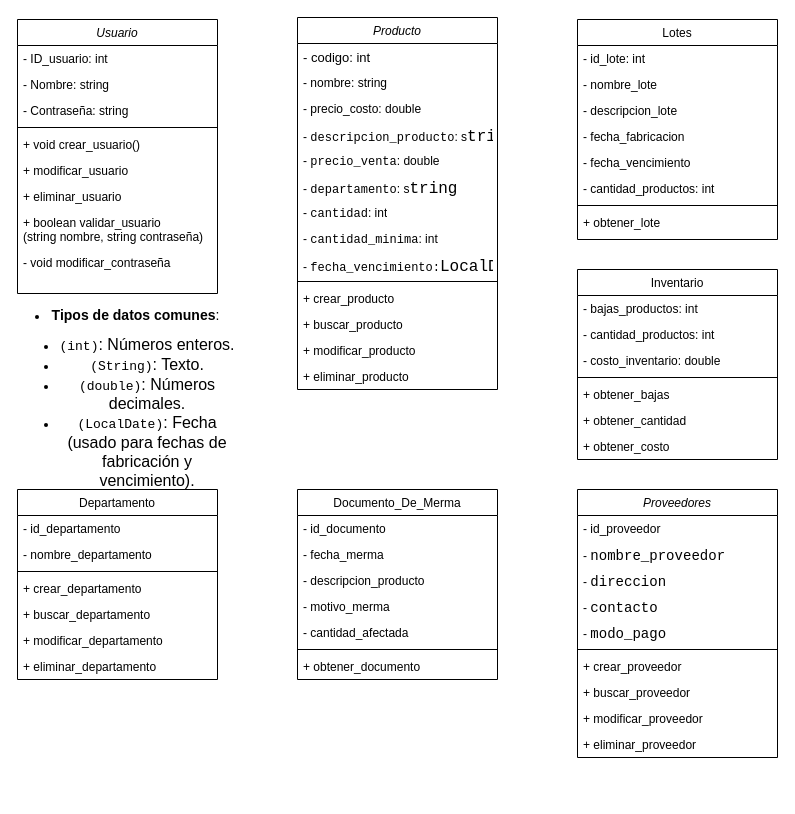
The draw.io diagram Diagrama de clases (Taller mecanico).drawio in JotaMont/evaluacion-validaciones-Front-End, before the edit. Source tidied: cells renumbered, new cells numbered last; positions are measured from the earlier drawing's top-left corner, leaving out a move shared by most shapes. Both pictures are drawn from the tidied source at 100%, with x=0, y=0 at pixel (17, 17).
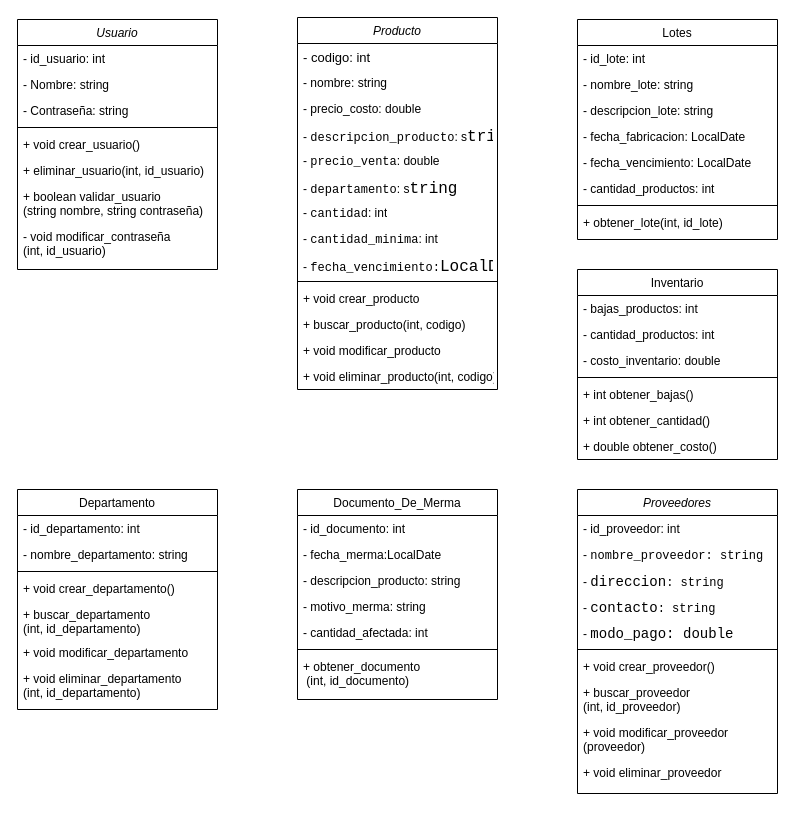
The same page after the edit.

The change refers to these unchanged cells:
```xml
<mxCell id="20" value="Inventario" style="swimlane;fontStyle=0;align=center;verticalAlign=top;horizontal=1;startSize=26;rounded=0;shadow=0;strokeWidth=1;" parent="1" vertex="1">
  <mxGeometry x="560" y="252" width="200" height="190" as="geometry" />
</mxCell>
<mxCell id="39" value="Producto" style="swimlane;fontStyle=2;align=center;verticalAlign=top;horizontal=1;startSize=26;rounded=0;shadow=0;strokeWidth=1;" parent="1" vertex="1">
  <mxGeometry x="280" width="200" height="372" as="geometry" />
</mxCell>
<mxCell id="54" value="Lotes" style="swimlane;fontStyle=0;align=center;verticalAlign=top;horizontal=1;startSize=26;rounded=0;shadow=0;strokeWidth=1;" parent="1" vertex="1">
  <mxGeometry x="560" y="2" width="200" height="220" as="geometry" />
</mxCell>
```

Change to the diagram source:
```diff
@@
     <mxCell id="2" value="Usuario" style="swimlane;fontStyle=2;align=center;verticalAlign=top;horizontal=1;startSize=26;rounded=0;shadow=0;strokeWidth=1;" parent="1" vertex="1">
-      <mxGeometry y="2" width="200" height="274" as="geometry" />
+      <mxGeometry y="2" width="200" height="250" as="geometry" />
     </mxCell>
-    <mxCell id="3" value="- ID_usuario: int" style="text;align=left;verticalAlign=top;spacingLeft=4;spacingRight=4;overflow=hidden;" parent="2" vertex="1">
+    <mxCell id="3" value="- id_usuario: int" style="text;align=left;verticalAlign=top;spacingLeft=4;spacingRight=4;overflow=hidden;" parent="2" vertex="1">
       <mxGeometry y="26" width="200" height="26" as="geometry" />
     </mxCell>
@@
-    <mxCell id="8" value="+ modificar_usuario" style="text;align=left;verticalAlign=top;spacingLeft=4;spacingRight=4;overflow=hidden;" parent="2" vertex="1">
-      <mxGeometry y="138" width="200" height="26" as="geometry" />
-    </mxCell>
-    <mxCell id="9" value="+ eliminar_usuario" style="text;align=left;verticalAlign=top;spacingLeft=4;spacingRight=4;overflow=hidden;" parent="2" vertex="1">
-      <mxGeometry y="164" width="200" height="26" as="geometry" />
+    <mxCell id="9" value="+ eliminar_usuario(int, id_usuario)" style="text;align=left;verticalAlign=top;spacingLeft=4;spacingRight=4;overflow=hidden;" parent="2" vertex="1">
+      <mxGeometry y="138" width="200" height="26" as="geometry" />
     </mxCell>
     <mxCell id="10" value="+ boolean validar_usuario &#10;(string nombre, string contraseña)" style="text;align=left;verticalAlign=top;spacingLeft=4;spacingRight=4;overflow=hidden;" parent="2" vertex="1">
-      <mxGeometry y="190" width="200" height="40" as="geometry" />
+      <mxGeometry y="164" width="200" height="40" as="geometry" />
     </mxCell>
-    <mxCell id="11" value="- void modificar_contraseña" style="text;align=left;verticalAlign=top;spacingLeft=4;spacingRight=4;overflow=hidden;" parent="2" vertex="1">
-      <mxGeometry y="230" width="200" height="30" as="geometry" />
+    <mxCell id="11" value="- void modificar_contraseña&#10;(int, id_usuario)" style="text;align=left;verticalAlign=top;spacingLeft=4;spacingRight=4;overflow=hidden;" parent="2" vertex="1">
+      <mxGeometry y="204" width="200" height="30" as="geometry" />
     </mxCell>
     <mxCell id="12" value="Documento_De_Merma" style="swimlane;fontStyle=0;align=center;verticalAlign=top;horizontal=1;startSize=26;rounded=0;shadow=0;strokeWidth=1;" parent="1" vertex="1">
-      <mxGeometry x="280" y="472" width="200" height="190" as="geometry" />
+      <mxGeometry x="280" y="472" width="200" height="210" as="geometry" />
     </mxCell>
-    <mxCell id="13" value="- id_documento" style="text;align=left;verticalAlign=top;spacingLeft=4;spacingRight=4;overflow=hidden;" parent="12" vertex="1">
+    <mxCell id="13" value="- id_documento: int" style="text;align=left;verticalAlign=top;spacingLeft=4;spacingRight=4;overflow=hidden;" parent="12" vertex="1">
       <mxGeometry y="26" width="200" height="26" as="geometry" />
     </mxCell>
-    <mxCell id="14" value="- fecha_merma" style="text;align=left;verticalAlign=top;spacingLeft=4;spacingRight=4;overflow=hidden;" parent="12" vertex="1">
+    <mxCell id="14" value="- fecha_merma:LocalDate" style="text;align=left;verticalAlign=top;spacingLeft=4;spacingRight=4;overflow=hidden;" parent="12" vertex="1">
       <mxGeometry y="52" width="200" height="26" as="geometry" />
     </mxCell>
-    <mxCell id="15" value="- descripcion_producto" style="text;align=left;verticalAlign=top;spacingLeft=4;spacingRight=4;overflow=hidden;" parent="12" vertex="1">
+    <mxCell id="15" value="- descripcion_producto: string" style="text;align=left;verticalAlign=top;spacingLeft=4;spacingRight=4;overflow=hidden;" parent="12" vertex="1">
       <mxGeometry y="78" width="200" height="26" as="geometry" />
     </mxCell>
-    <mxCell id="16" value="- motivo_merma" style="text;align=left;verticalAlign=top;spacingLeft=4;spacingRight=4;overflow=hidden;" parent="12" vertex="1">
+    <mxCell id="16" value="- motivo_merma: string" style="text;align=left;verticalAlign=top;spacingLeft=4;spacingRight=4;overflow=hidden;" parent="12" vertex="1">
       <mxGeometry y="104" width="200" height="26" as="geometry" />
     </mxCell>
-    <mxCell id="17" value="- cantidad_afectada" style="text;align=left;verticalAlign=top;spacingLeft=4;spacingRight=4;overflow=hidden;" parent="12" vertex="1">
+    <mxCell id="17" value="- cantidad_afectada: int" style="text;align=left;verticalAlign=top;spacingLeft=4;spacingRight=4;overflow=hidden;" parent="12" vertex="1">
       <mxGeometry y="130" width="200" height="26" as="geometry" />
     </mxCell>
@@
-    <mxCell id="19" value="+ obtener_documento" style="text;align=left;verticalAlign=top;spacingLeft=4;spacingRight=4;overflow=hidden;fontStyle=0;" parent="12" vertex="1">
-      <mxGeometry y="164" width="200" height="26" as="geometry" />
+    <mxCell id="19" value="+ obtener_documento &#10; (int, id_documento)" style="text;align=left;verticalAlign=top;spacingLeft=4;spacingRight=4;overflow=hidden;fontStyle=0;" parent="12" vertex="1">
+      <mxGeometry y="164" width="200" height="46" as="geometry" />
     </mxCell>
@@
-    <mxCell id="25" value="+ obtener_bajas" style="text;align=left;verticalAlign=top;spacingLeft=4;spacingRight=4;overflow=hidden;fontStyle=0;" parent="20" vertex="1">
+    <mxCell id="25" value="+ int obtener_bajas()" style="text;align=left;verticalAlign=top;spacingLeft=4;spacingRight=4;overflow=hidden;fontStyle=0;" parent="20" vertex="1">
       <mxGeometry y="112" width="200" height="26" as="geometry" />
     </mxCell>
-    <mxCell id="26" value="+ obtener_cantidad" style="text;align=left;verticalAlign=top;spacingLeft=4;spacingRight=4;overflow=hidden;" parent="20" vertex="1">
+    <mxCell id="26" value="+ int obtener_cantidad()" style="text;align=left;verticalAlign=top;spacingLeft=4;spacingRight=4;overflow=hidden;" parent="20" vertex="1">
       <mxGeometry y="138" width="200" height="26" as="geometry" />
     </mxCell>
-    <mxCell id="27" value="+ obtener_costo" style="text;align=left;verticalAlign=top;spacingLeft=4;spacingRight=4;overflow=hidden;" parent="20" vertex="1">
+    <mxCell id="27" value="+ double obtener_costo()" style="text;align=left;verticalAlign=top;spacingLeft=4;spacingRight=4;overflow=hidden;" parent="20" vertex="1">
       <mxGeometry y="164" width="200" height="26" as="geometry" />
     </mxCell>
     <mxCell id="28" value="Proveedores" style="swimlane;fontStyle=2;align=center;verticalAlign=top;horizontal=1;startSize=26;rounded=0;shadow=0;strokeWidth=1;" parent="1" vertex="1">
-      <mxGeometry x="560" y="472" width="200" height="268" as="geometry" />
+      <mxGeometry x="560" y="472" width="200" height="304" as="geometry" />
     </mxCell>
-    <mxCell id="29" value="- id_proveedor" style="text;align=left;verticalAlign=top;spacingLeft=4;spacingRight=4;overflow=hidden;" parent="28" vertex="1">
+    <mxCell id="29" value="- id_proveedor: int" style="text;align=left;verticalAlign=top;spacingLeft=4;spacingRight=4;overflow=hidden;" parent="28" vertex="1">
       <mxGeometry y="26" width="200" height="26" as="geometry" />
     </mxCell>
-    <mxCell id="30" value="&lt;span style=&quot;text-wrap-mode: nowrap;&quot;&gt;-&amp;nbsp;&lt;/span&gt;&lt;span style=&quot;font-family: monospace; font-size: 14.04px; text-align: center;&quot;&gt;nombre_proveedor&lt;/span&gt;" style="text;strokeColor=none;fillColor=none;align=left;verticalAlign=top;spacingLeft=4;spacingRight=4;overflow=hidden;whiteSpace=wrap;html=1;" parent="28" vertex="1">
+    <mxCell id="30" value="&lt;font style=&quot;font-size: 12px;&quot;&gt;&lt;span style=&quot;text-wrap-mode: nowrap;&quot;&gt;-&amp;nbsp;&lt;/span&gt;&lt;span style=&quot;font-family: monospace; text-align: center;&quot;&gt;nombre_proveedor: string&lt;/span&gt;&lt;/font&gt;" style="text;strokeColor=none;fillColor=none;align=left;verticalAlign=top;spacingLeft=4;spacingRight=4;overflow=hidden;whiteSpace=wrap;html=1;" parent="28" vertex="1">
       <mxGeometry y="52" width="200" height="26" as="geometry" />
     </mxCell>
-    <mxCell id="31" value="&lt;span style=&quot;text-wrap-mode: nowrap;&quot;&gt;-&amp;nbsp;&lt;/span&gt;&lt;span style=&quot;font-family: monospace; font-size: 14.04px; text-align: center;&quot;&gt;direccion&lt;/span&gt;" style="text;strokeColor=none;fillColor=none;align=left;verticalAlign=top;spacingLeft=4;spacingRight=4;overflow=hidden;whiteSpace=wrap;html=1;" parent="28" vertex="1">
+    <mxCell id="31" value="&lt;span style=&quot;text-wrap-mode: nowrap;&quot;&gt;-&amp;nbsp;&lt;/span&gt;&lt;span style=&quot;font-family: monospace; font-size: 14.04px; text-align: center;&quot;&gt;direccion&lt;/span&gt;&lt;span style=&quot;font-family: monospace; text-align: center;&quot;&gt;: string&lt;/span&gt;" style="text;strokeColor=none;fillColor=none;align=left;verticalAlign=top;spacingLeft=4;spacingRight=4;overflow=hidden;whiteSpace=wrap;html=1;" parent="28" vertex="1">
       <mxGeometry y="78" width="200" height="26" as="geometry" />
     </mxCell>
-    <mxCell id="32" value="&lt;span style=&quot;text-wrap-mode: nowrap;&quot;&gt;-&amp;nbsp;&lt;/span&gt;&lt;span style=&quot;font-family: monospace; font-size: 14.04px; text-align: center;&quot;&gt;contacto&lt;/span&gt;" style="text;strokeColor=none;fillColor=none;align=left;verticalAlign=top;spacingLeft=4;spacingRight=4;overflow=hidden;whiteSpace=wrap;html=1;" parent="28" vertex="1">
+    <mxCell id="32" value="&lt;span style=&quot;text-wrap-mode: nowrap;&quot;&gt;-&amp;nbsp;&lt;/span&gt;&lt;span style=&quot;font-family: monospace; font-size: 14.04px; text-align: center;&quot;&gt;contacto&lt;/span&gt;&lt;span style=&quot;font-family: monospace; text-align: center;&quot;&gt;: string&lt;/span&gt;" style="text;strokeColor=none;fillColor=none;align=left;verticalAlign=top;spacingLeft=4;spacingRight=4;overflow=hidden;whiteSpace=wrap;html=1;" parent="28" vertex="1">
       <mxGeometry y="104" width="200" height="26" as="geometry" />
     </mxCell>
-    <mxCell id="33" value="&lt;span style=&quot;text-wrap-mode: nowrap;&quot;&gt;-&amp;nbsp;&lt;/span&gt;&lt;span style=&quot;font-family: monospace; font-size: 14.04px; text-align: center;&quot;&gt;modo_pago&lt;/span&gt;" style="text;strokeColor=none;fillColor=none;align=left;verticalAlign=top;spacingLeft=4;spacingRight=4;overflow=hidden;whiteSpace=wrap;html=1;" parent="28" vertex="1">
+    <mxCell id="33" value="&lt;span style=&quot;text-wrap-mode: nowrap;&quot;&gt;-&amp;nbsp;&lt;/span&gt;&lt;span style=&quot;font-family: monospace; font-size: 14.04px; text-align: center;&quot;&gt;modo_pago: double&lt;/span&gt;" style="text;strokeColor=none;fillColor=none;align=left;verticalAlign=top;spacingLeft=4;spacingRight=4;overflow=hidden;whiteSpace=wrap;html=1;" parent="28" vertex="1">
       <mxGeometry y="130" width="200" height="26" as="geometry" />
     </mxCell>
@@
-    <mxCell id="35" value="+ crear_proveedor" style="text;align=left;verticalAlign=top;spacingLeft=4;spacingRight=4;overflow=hidden;" parent="28" vertex="1">
+    <mxCell id="35" value="+ void crear_proveedor()" style="text;align=left;verticalAlign=top;spacingLeft=4;spacingRight=4;overflow=hidden;" parent="28" vertex="1">
       <mxGeometry y="164" width="200" height="26" as="geometry" />
     </mxCell>
-    <mxCell id="36" value="+ buscar_proveedor" style="text;align=left;verticalAlign=top;spacingLeft=4;spacingRight=4;overflow=hidden;" parent="28" vertex="1">
-      <mxGeometry y="190" width="200" height="26" as="geometry" />
+    <mxCell id="36" value="+ buscar_proveedor&#10;(int, id_proveedor)" style="text;align=left;verticalAlign=top;spacingLeft=4;spacingRight=4;overflow=hidden;" parent="28" vertex="1">
+      <mxGeometry y="190" width="200" height="40" as="geometry" />
     </mxCell>
-    <mxCell id="37" value="+ modificar_proveedor" style="text;align=left;verticalAlign=top;spacingLeft=4;spacingRight=4;overflow=hidden;" parent="28" vertex="1">
-      <mxGeometry y="216" width="200" height="26" as="geometry" />
+    <mxCell id="37" value="+ void modificar_proveedor&#10;(proveedor)" style="text;align=left;verticalAlign=top;spacingLeft=4;spacingRight=4;overflow=hidden;" parent="28" vertex="1">
+      <mxGeometry y="230" width="200" height="40" as="geometry" />
     </mxCell>
-    <mxCell id="38" value="+ eliminar_proveedor" style="text;align=left;verticalAlign=top;spacingLeft=4;spacingRight=4;overflow=hidden;" parent="28" vertex="1">
-      <mxGeometry y="242" width="200" height="26" as="geometry" />
+    <mxCell id="38" value="+ void eliminar_proveedor" style="text;align=left;verticalAlign=top;spacingLeft=4;spacingRight=4;overflow=hidden;" parent="28" vertex="1">
+      <mxGeometry y="270" width="200" height="34" as="geometry" />
     </mxCell>
@@
-    <mxCell id="50" value="+ crear_producto" style="text;align=left;verticalAlign=top;spacingLeft=4;spacingRight=4;overflow=hidden;" parent="39" vertex="1">
+    <mxCell id="50" value="+ void crear_producto" style="text;align=left;verticalAlign=top;spacingLeft=4;spacingRight=4;overflow=hidden;" parent="39" vertex="1">
       <mxGeometry y="268" width="200" height="26" as="geometry" />
     </mxCell>
-    <mxCell id="51" value="+ buscar_producto" style="text;align=left;verticalAlign=top;spacingLeft=4;spacingRight=4;overflow=hidden;" parent="39" vertex="1">
+    <mxCell id="51" value="+ buscar_producto(int, codigo)" style="text;align=left;verticalAlign=top;spacingLeft=4;spacingRight=4;overflow=hidden;" parent="39" vertex="1">
       <mxGeometry y="294" width="200" height="26" as="geometry" />
     </mxCell>
-    <mxCell id="52" value="+ modificar_producto" style="text;align=left;verticalAlign=top;spacingLeft=4;spacingRight=4;overflow=hidden;" parent="39" vertex="1">
+    <mxCell id="52" value="+ void modificar_producto" style="text;align=left;verticalAlign=top;spacingLeft=4;spacingRight=4;overflow=hidden;" parent="39" vertex="1">
       <mxGeometry y="320" width="200" height="26" as="geometry" />
     </mxCell>
-    <mxCell id="53" value="+ eliminar_producto" style="text;align=left;verticalAlign=top;spacingLeft=4;spacingRight=4;overflow=hidden;" parent="39" vertex="1">
+    <mxCell id="53" value="+ void eliminar_producto(int, codigo)" style="text;align=left;verticalAlign=top;spacingLeft=4;spacingRight=4;overflow=hidden;" parent="39" vertex="1">
       <mxGeometry y="346" width="200" height="26" as="geometry" />
     </mxCell>
@@
-    <mxCell id="56" value="- nombre_lote" style="text;align=left;verticalAlign=top;spacingLeft=4;spacingRight=4;overflow=hidden;" parent="54" vertex="1">
+    <mxCell id="56" value="- nombre_lote: string" style="text;align=left;verticalAlign=top;spacingLeft=4;spacingRight=4;overflow=hidden;" parent="54" vertex="1">
       <mxGeometry y="52" width="200" height="26" as="geometry" />
     </mxCell>
-    <mxCell id="57" value="- descripcion_lote" style="text;align=left;verticalAlign=top;spacingLeft=4;spacingRight=4;overflow=hidden;" parent="54" vertex="1">
+    <mxCell id="57" value="- descripcion_lote: string" style="text;align=left;verticalAlign=top;spacingLeft=4;spacingRight=4;overflow=hidden;" parent="54" vertex="1">
       <mxGeometry y="78" width="200" height="26" as="geometry" />
     </mxCell>
-    <mxCell id="58" value="- fecha_fabricacion" style="text;align=left;verticalAlign=top;spacingLeft=4;spacingRight=4;overflow=hidden;" parent="54" vertex="1">
+    <mxCell id="58" value="- fecha_fabricacion: LocalDate" style="text;align=left;verticalAlign=top;spacingLeft=4;spacingRight=4;overflow=hidden;" parent="54" vertex="1">
       <mxGeometry y="104" width="200" height="26" as="geometry" />
     </mxCell>
-    <mxCell id="59" value="- fecha_vencimiento" style="text;align=left;verticalAlign=top;spacingLeft=4;spacingRight=4;overflow=hidden;" parent="54" vertex="1">
+    <mxCell id="59" value="- fecha_vencimiento: LocalDate" style="text;align=left;verticalAlign=top;spacingLeft=4;spacingRight=4;overflow=hidden;" parent="54" vertex="1">
       <mxGeometry y="130" width="200" height="26" as="geometry" />
     </mxCell>
@@
-    <mxCell id="62" value="+ obtener_lote" style="text;align=left;verticalAlign=top;spacingLeft=4;spacingRight=4;overflow=hidden;" parent="54" vertex="1">
+    <mxCell id="62" value="+ obtener_lote(int, id_lote)" style="text;align=left;verticalAlign=top;spacingLeft=4;spacingRight=4;overflow=hidden;" parent="54" vertex="1">
       <mxGeometry y="190" width="200" height="26" as="geometry" />
     </mxCell>
     <mxCell id="63" value="Departamento" style="swimlane;fontStyle=0;align=center;verticalAlign=top;horizontal=1;startSize=26;rounded=0;shadow=0;strokeWidth=1;" parent="1" vertex="1">
-      <mxGeometry y="472" width="200" height="190" as="geometry" />
+      <mxGeometry y="472" width="200" height="220" as="geometry" />
     </mxCell>
-    <mxCell id="64" value="- id_departamento" style="text;align=left;verticalAlign=top;spacingLeft=4;spacingRight=4;overflow=hidden;" parent="63" vertex="1">
+    <mxCell id="64" value="- id_departamento: int" style="text;align=left;verticalAlign=top;spacingLeft=4;spacingRight=4;overflow=hidden;" parent="63" vertex="1">
       <mxGeometry y="26" width="200" height="26" as="geometry" />
     </mxCell>
-    <mxCell id="65" value="- nombre_departamento" style="text;align=left;verticalAlign=top;spacingLeft=4;spacingRight=4;overflow=hidden;" parent="63" vertex="1">
+    <mxCell id="65" value="- nombre_departamento: string" style="text;align=left;verticalAlign=top;spacingLeft=4;spacingRight=4;overflow=hidden;" parent="63" vertex="1">
       <mxGeometry y="52" width="200" height="26" as="geometry" />
     </mxCell>
@@
-    <mxCell id="67" value="+ crear_departamento" style="text;align=left;verticalAlign=top;spacingLeft=4;spacingRight=4;overflow=hidden;fontStyle=0;" parent="63" vertex="1">
+    <mxCell id="67" value="+ void crear_departamento()" style="text;align=left;verticalAlign=top;spacingLeft=4;spacingRight=4;overflow=hidden;fontStyle=0;" parent="63" vertex="1">
       <mxGeometry y="86" width="200" height="26" as="geometry" />
     </mxCell>
-    <mxCell id="68" value="+ buscar_departamento" style="text;align=left;verticalAlign=top;spacingLeft=4;spacingRight=4;overflow=hidden;fontStyle=0;" parent="63" vertex="1">
-      <mxGeometry y="112" width="200" height="26" as="geometry" />
+    <mxCell id="68" value="+ buscar_departamento&#10;(int, id_departamento)" style="text;align=left;verticalAlign=top;spacingLeft=4;spacingRight=4;overflow=hidden;fontStyle=0;" parent="63" vertex="1">
+      <mxGeometry y="112" width="200" height="38" as="geometry" />
     </mxCell>
-    <mxCell id="69" value="+ modificar_departamento" style="text;align=left;verticalAlign=top;spacingLeft=4;spacingRight=4;overflow=hidden;fontStyle=0;" parent="63" vertex="1">
-      <mxGeometry y="138" width="200" height="26" as="geometry" />
+    <mxCell id="69" value="+ void modificar_departamento" style="text;align=left;verticalAlign=top;spacingLeft=4;spacingRight=4;overflow=hidden;fontStyle=0;" parent="63" vertex="1">
+      <mxGeometry y="150" width="200" height="26" as="geometry" />
     </mxCell>
-    <mxCell id="70" value="+ eliminar_departamento" style="text;align=left;verticalAlign=top;spacingLeft=4;spacingRight=4;overflow=hidden;" parent="63" vertex="1">
-      <mxGeometry y="164" width="200" height="26" as="geometry" />
+    <mxCell id="70" value="+ void eliminar_departamento&#10;(int, id_departamento)" style="text;align=left;verticalAlign=top;spacingLeft=4;spacingRight=4;overflow=hidden;" parent="63" vertex="1">
+      <mxGeometry y="176" width="200" height="44" as="geometry" />
     </mxCell>
-    <mxCell id="71" value="&lt;li&gt;&lt;font style=&quot;font-size: 14px;&quot;&gt;&lt;strong&gt;Tipos de datos comunes&lt;/strong&gt;:&lt;/font&gt;&lt;ul&gt;&lt;li&gt;&lt;font size=&quot;3&quot;&gt;&lt;code&gt;(int)&lt;/code&gt;: Números enteros.&lt;/font&gt;&lt;/li&gt;&lt;li&gt;&lt;font size=&quot;3&quot;&gt;&lt;code&gt;(String)&lt;/code&gt;: Texto.&lt;/font&gt;&lt;/li&gt;&lt;li&gt;&lt;font size=&quot;3&quot;&gt;&lt;code&gt;(double)&lt;/code&gt;: Números decimales.&lt;/font&gt;&lt;/li&gt;&lt;li&gt;&lt;font size=&quot;3&quot;&gt;&lt;code&gt;(LocalDate)&lt;/code&gt;: Fecha (usado para fechas de fabricación y vencimiento).&lt;/font&gt;&lt;/li&gt;&lt;/ul&gt;&lt;/li&gt;" style="text;html=1;align=center;verticalAlign=middle;whiteSpace=wrap;rounded=0;" parent="1" vertex="1">
-      <mxGeometry y="312" width="220" height="150" as="geometry" />
-    </mxCell>
```
